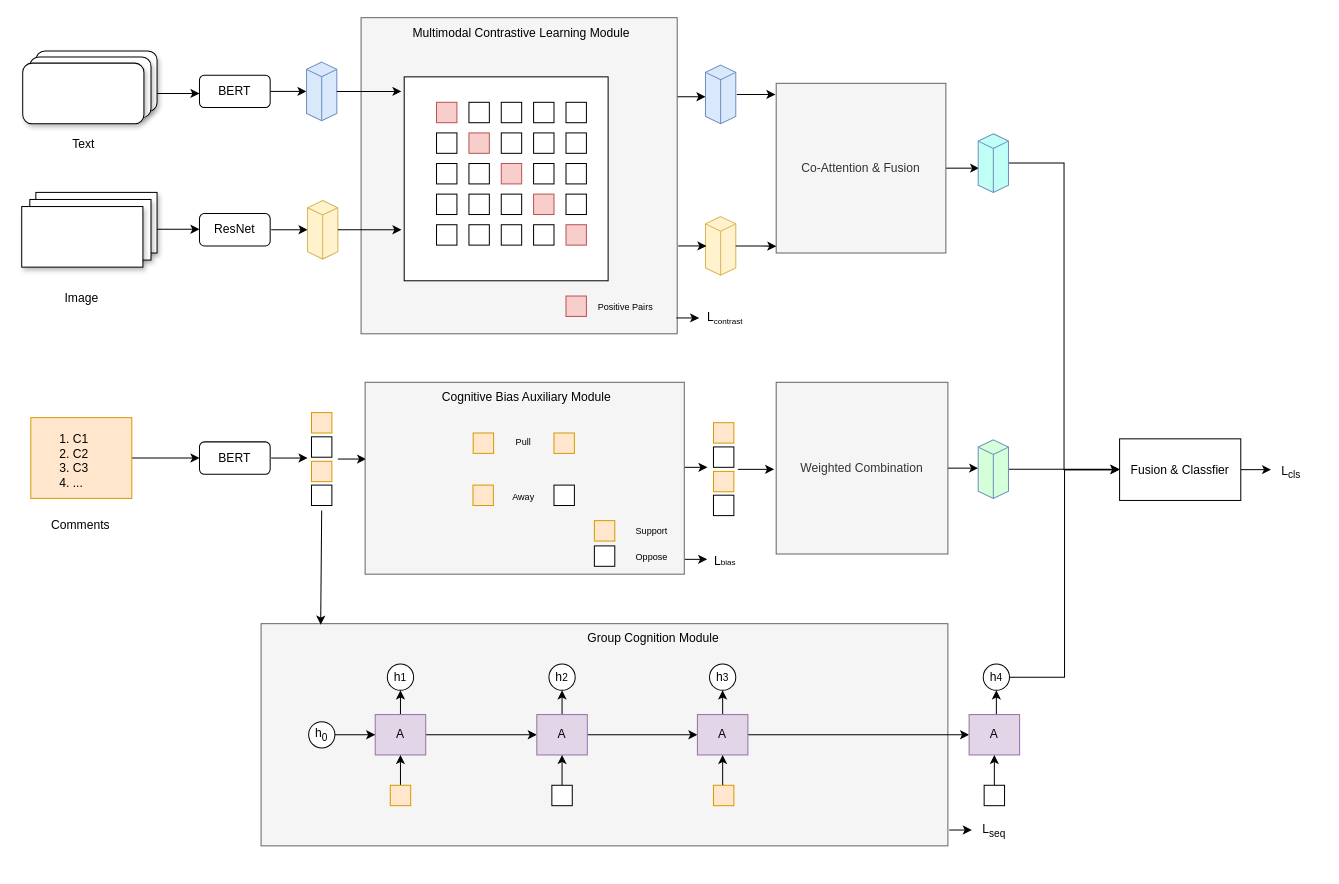
Before: FEND.drawio in mjydear/mjydear.github.io, a draw.io diagram. Source tidied: cells renumbered, new cells numbered last; positions are measured from the earlier drawing's top-left corner, leaving out a move shared by most shapes. Both pictures are drawn from the tidied source at 101%, with x=0, y=0 at pixel (21, 17).
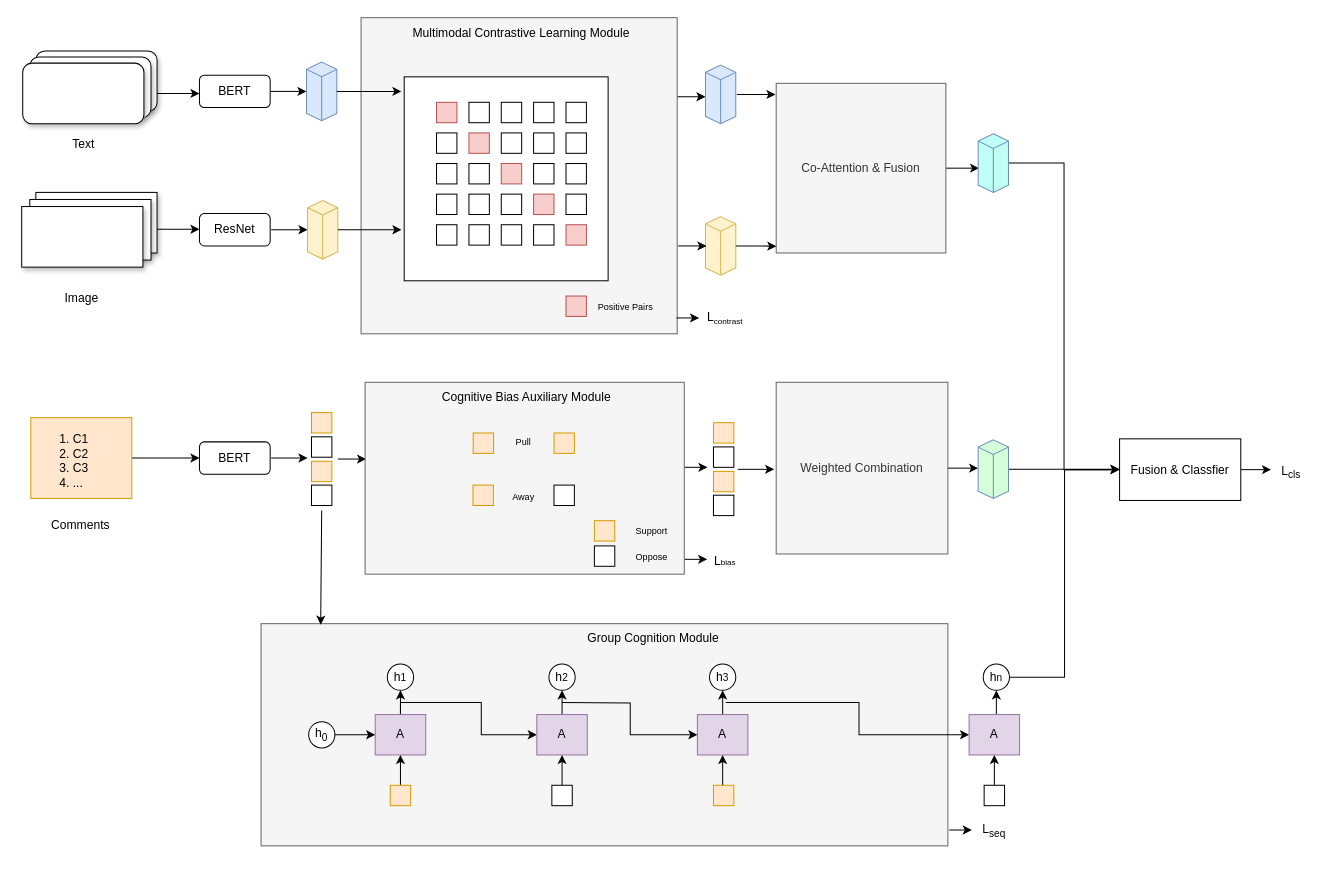
The same diagram, later.

Unchanged cells that the change refers to:
```xml
<mxCell id="85" style="group;" parent="1" vertex="1">
  <mxGeometry x="237" y="600" width="780" height="240" as="geometry" />
</mxCell>
<mxCell id="89" value="A" style="rounded=0;whiteSpace=wrap;html=1;fillColor=#e1d5e7;strokeColor=#9673a6;" parent="85" vertex="1">
  <mxGeometry x="113" y="90" width="50" height="40" as="geometry" />
</mxCell>
<mxCell id="92" value="A" style="rounded=0;whiteSpace=wrap;html=1;fillColor=#e1d5e7;strokeColor=#9673a6;" parent="85" vertex="1">
  <mxGeometry x="273" y="90" width="50" height="40" as="geometry" />
</mxCell>
<mxCell id="95" value="A" style="rounded=0;whiteSpace=wrap;html=1;fillColor=#e1d5e7;strokeColor=#9673a6;" parent="85" vertex="1">
  <mxGeometry x="432" y="90" width="50" height="40" as="geometry" />
</mxCell>
<mxCell id="97" value="A" style="rounded=0;whiteSpace=wrap;html=1;fillColor=#e1d5e7;strokeColor=#9673a6;" parent="85" vertex="1">
  <mxGeometry x="701" y="90" width="50" height="40" as="geometry" />
</mxCell>
<mxCell id="100" value="h&lt;span style=&quot;font-size: 10px;&quot;&gt;1&lt;/span&gt;" style="ellipse;whiteSpace=wrap;html=1;" parent="85" vertex="1">
  <mxGeometry x="125" y="40" width="26" height="26" as="geometry" />
</mxCell>
```

The edit, as a diff of the source:
```diff
@@
+    <mxCell id="88" style="edgeStyle=orthogonalEdgeStyle;rounded=0;jettySize=auto;html=1;exitX=0.5;exitY=0;exitDx=0;exitDy=0;entryX=0.5;entryY=1;entryDx=0;entryDy=0;" parent="85" edge="1" source="89" target="100">
+      <mxGeometry relative="1" as="geometry" />
+    </mxCell>
-    <mxCell id="87" style="edgeStyle=orthogonalEdgeStyle;rounded=0;jettySize=auto;html=1;entryX=0;entryY=0.5;entryDx=0;entryDy=0;" parent="85" edge="1" source="89" target="92">
-      <mxGeometry relative="1" as="geometry" />
+    <mxCell id="87" style="edgeStyle=orthogonalEdgeStyle;rounded=0;jettySize=auto;html=1;exitX=0.5;exitY=0;exitDx=0;exitDy=0;entryX=0;entryY=0.5;entryDx=0;entryDy=0;" parent="85" edge="1" source="89" target="92">
+      <mxGeometry relative="1" as="geometry">
+        <Array as="points">
+          <mxPoint x="138" y="78" />
+          <mxPoint x="218" y="78" />
+          <mxPoint x="218" y="110" />
+        </Array>
+      </mxGeometry>
     </mxCell>
-    <mxCell id="88" style="edgeStyle=orthogonalEdgeStyle;rounded=0;jettySize=auto;html=1;exitX=0.5;exitY=0;exitDx=0;exitDy=0;entryX=0.5;entryY=1;entryDx=0;entryDy=0;" parent="85" edge="1" source="89" target="100">
-      <mxGeometry relative="1" as="geometry" />
-    </mxCell>
@@
-    <mxCell id="90" style="edgeStyle=orthogonalEdgeStyle;rounded=0;jettySize=auto;html=1;exitX=1;exitY=0.5;exitDx=0;exitDy=0;entryX=0;entryY=0.5;entryDx=0;entryDy=0;" parent="85" edge="1" source="92" target="95">
-      <mxGeometry relative="1" as="geometry" />
+    <mxCell id="90" style="edgeStyle=orthogonalEdgeStyle;rounded=0;jettySize=auto;html=1;entryX=0;entryY=0.5;entryDx=0;entryDy=0;" parent="85" edge="1" target="95">
+      <mxGeometry relative="1" as="geometry">
+        <mxPoint x="298" y="78" as="sourcePoint" />
+      </mxGeometry>
     </mxCell>
@@
-    <mxCell id="93" style="edgeStyle=orthogonalEdgeStyle;rounded=0;jettySize=auto;html=1;exitX=1;exitY=0.5;exitDx=0;exitDy=0;entryX=0;entryY=0.5;entryDx=0;entryDy=0;" parent="85" edge="1" source="95" target="97">
-      <mxGeometry relative="1" as="geometry" />
+    <mxCell id="93" style="edgeStyle=orthogonalEdgeStyle;rounded=0;jettySize=auto;html=1;entryX=0;entryY=0.5;entryDx=0;entryDy=0;" parent="85" edge="1" target="97">
+      <mxGeometry relative="1" as="geometry">
+        <mxPoint x="460" y="78" as="sourcePoint" />
+        <Array as="points">
+          <mxPoint x="482" y="78" />
+          <mxPoint x="592" y="78" />
+          <mxPoint x="592" y="110" />
+        </Array>
+      </mxGeometry>
     </mxCell>
@@
-    <mxCell id="103" value="h&lt;span style=&quot;font-size: 10px;&quot;&gt;4&lt;/span&gt;" style="ellipse;whiteSpace=wrap;html=1;" parent="85" vertex="1">
+    <mxCell id="103" value="h&lt;span style=&quot;font-size: 10px;&quot;&gt;n&lt;/span&gt;" style="ellipse;whiteSpace=wrap;html=1;" parent="85" vertex="1">
       <mxGeometry x="715" y="40" width="26" height="26" as="geometry" />
     </mxCell>
```
